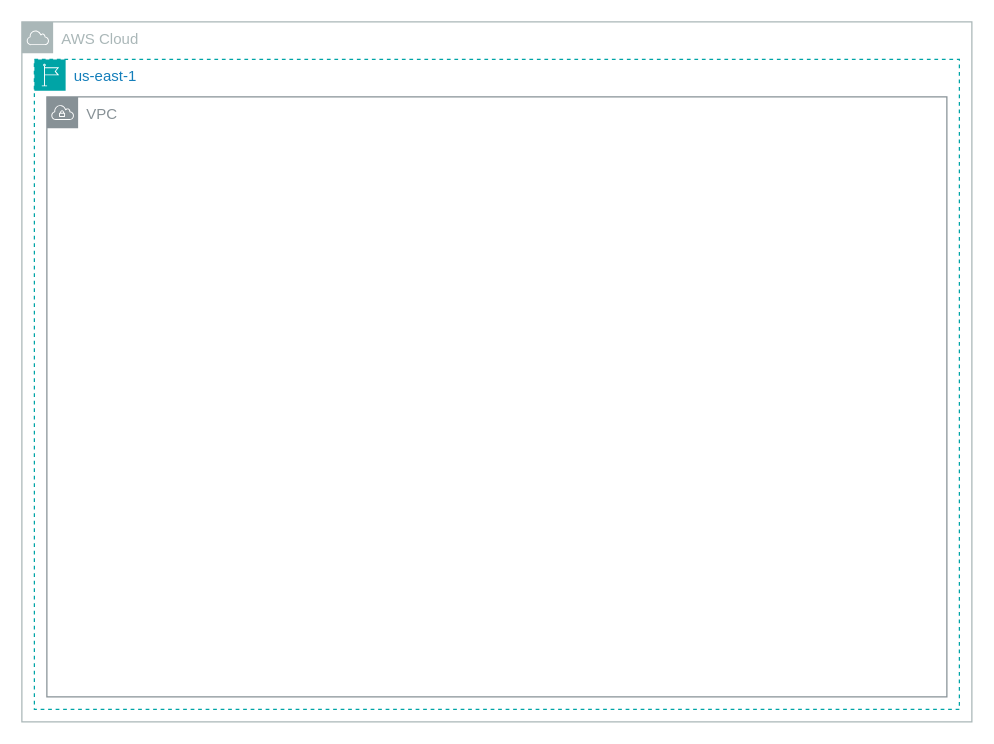
Earlier version of the draw.io diagram scrapbook/aws_init.drawio (rahulkumar-aws/mastering-cloud-with-terraform). Source tidied: cells renumbered, new cells numbered last; positions are measured from the earlier drawing's top-left corner, leaving out a move shared by most shapes. Both pictures are drawn from the tidied source at 125%, with x=0, y=0 at pixel (21, 21).
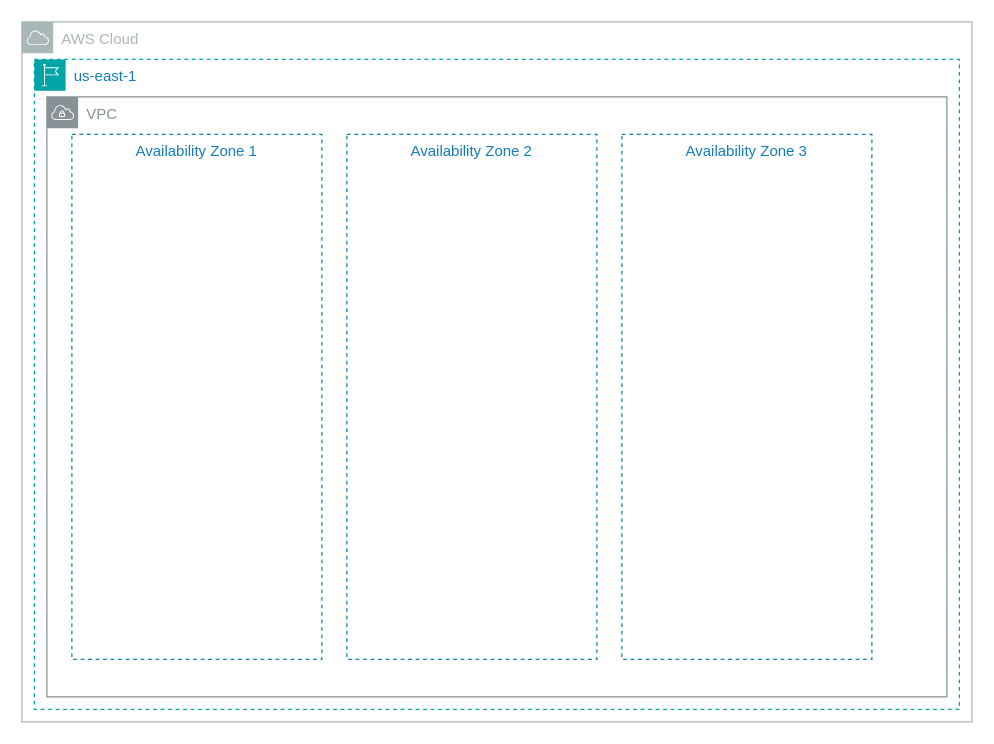
Above is the later version.

The edit, as a diff of the source:
```diff
@@
 <mxGraphModel>
   <root>
     <mxCell id="0" />
     <mxCell id="1" parent="0" />
     <mxCell id="2" value="AWS Cloud" style="sketch=0;gradientColor=none;html=1;whiteSpace=wrap;fontSize=12;fontStyle=0;shape=mxgraph.aws4.group;grIcon=mxgraph.aws4.group_aws_cloud;strokeColor=#AAB7B8;fillColor=none;verticalAlign=top;align=left;spacingLeft=30;fontColor=#AAB7B8;dashed=0;" parent="1" vertex="1">
       <mxGeometry width="760" height="560" as="geometry" />
     </mxCell>
     <mxCell id="3" value="us-east-1" style="gradientColor=none;html=1;whiteSpace=wrap;fontSize=12;fontStyle=0;shape=mxgraph.aws4.group;grIcon=mxgraph.aws4.group_region;strokeColor=#00A4A6;fillColor=none;verticalAlign=top;align=left;spacingLeft=30;fontColor=#147EBA;dashed=1;" parent="1" vertex="1">
       <mxGeometry x="10" y="30" width="740" height="520" as="geometry" />
     </mxCell>
     <mxCell id="4" value="VPC" style="sketch=0;gradientColor=none;html=1;whiteSpace=wrap;fontSize=12;fontStyle=0;shape=mxgraph.aws4.group;grIcon=mxgraph.aws4.group_vpc;strokeColor=#879196;fillColor=none;verticalAlign=top;align=left;spacingLeft=30;fontColor=#879196;dashed=0;" parent="1" vertex="1">
       <mxGeometry x="20" y="60" width="720" height="480" as="geometry" />
     </mxCell>
+    <mxCell id="5" value="Availability Zone 1" style="fillColor=none;strokeColor=#147EBA;dashed=1;verticalAlign=top;fontStyle=0;fontColor=#147EBA;whiteSpace=wrap;html=1;" parent="1" vertex="1">
+      <mxGeometry x="40" y="90" width="200" height="420" as="geometry" />
+    </mxCell>
+    <mxCell id="6" value="Availability Zone 2" style="fillColor=none;strokeColor=#147EBA;dashed=1;verticalAlign=top;fontStyle=0;fontColor=#147EBA;whiteSpace=wrap;html=1;" parent="1" vertex="1">
+      <mxGeometry x="260" y="90" width="200" height="420" as="geometry" />
+    </mxCell>
+    <mxCell id="7" value="Availability Zone 3" style="fillColor=none;strokeColor=#147EBA;dashed=1;verticalAlign=top;fontStyle=0;fontColor=#147EBA;whiteSpace=wrap;html=1;" parent="1" vertex="1">
+      <mxGeometry x="480" y="90" width="200" height="420" as="geometry" />
+    </mxCell>
   </root>
 </mxGraphModel>
```
